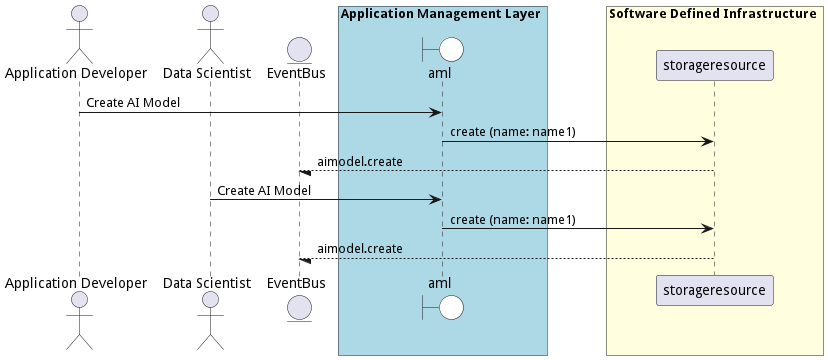
The PlantUML diagram docs/edgemere/aml/usecases/ManageAIModels/CreateAIModel.png in madajaju/edgemere, before a commit. The source it was exported from:
```plantuml
@startuml

actor "Application Developer"

actor "Data Scientist"


entity EventBus

box Application Management Layer #lightblue
    boundary aml #white
end box


box Software Defined Infrastructure #lightyellow
            participant storageresource
    end box


"Application Developer" -> aml: Create AI Model

    aml -> "storageresource": create (name: name1)

    "storageresource" --/ EventBus: aimodel.create


"Data Scientist" -> aml: Create AI Model

    aml -> "storageresource": create (name: name1)

    "storageresource" --/ EventBus: aimodel.create



@enduml
```
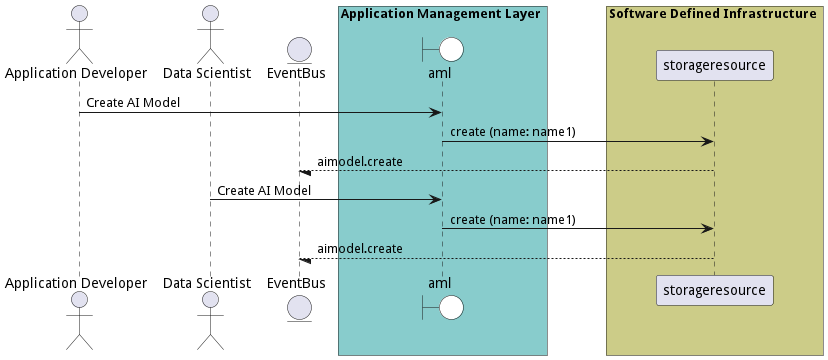
The same file after the commit.

What changed in the source:
```diff
@@ -7,12 +7,12 @@
 
 entity EventBus
 
-box Application Management Layer #lightblue
+box Application Management Layer #88cccc
     boundary aml #white
 end box
 
 
-box Software Defined Infrastructure #lightyellow
+box Software Defined Infrastructure #cccc88
             participant storageresource
     end box
 
```
